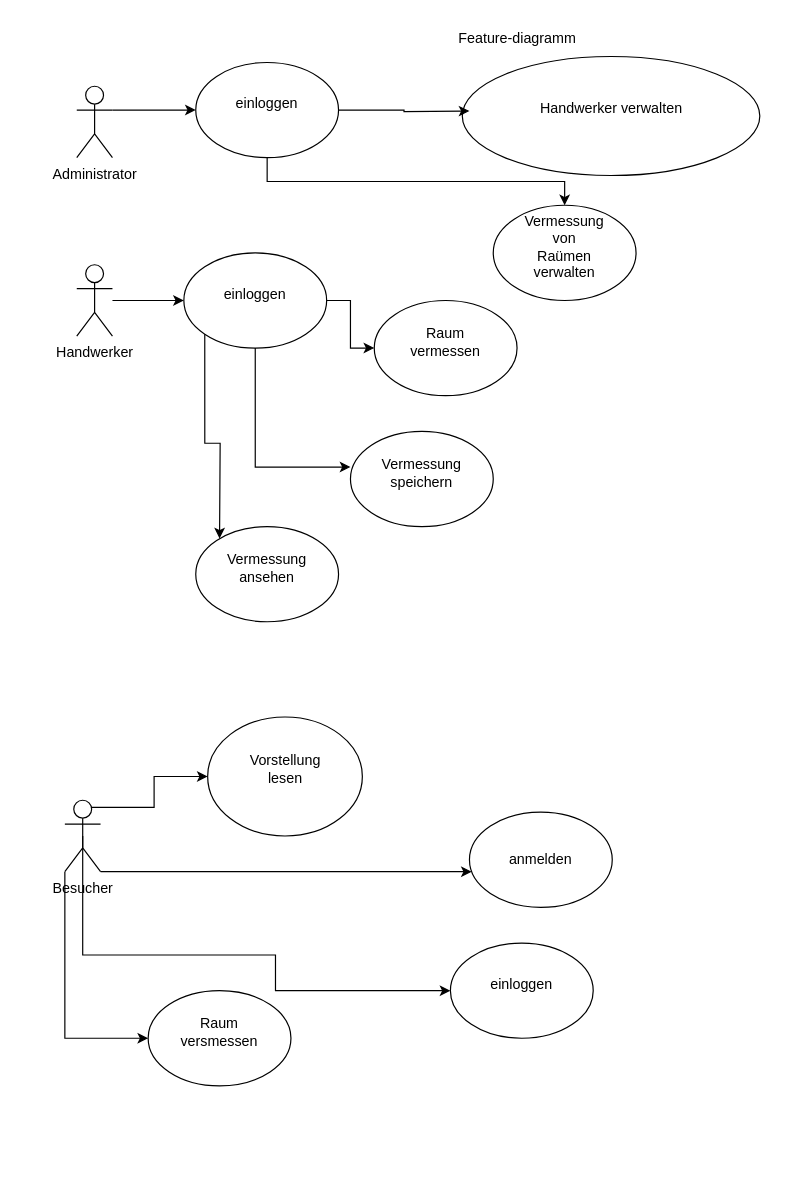
Earlier version of the draw.io diagram vermessung_raumen/Feature-diagramm.drawio (cyrisa02/diagrammes-UML). Source tidied: cells renumbered, new cells numbered last; positions are measured from the earlier drawing's top-left corner, leaving out a move shared by most shapes. Both pictures are drawn from the tidied source at 119%, with x=0, y=0 at pixel (64, 20).
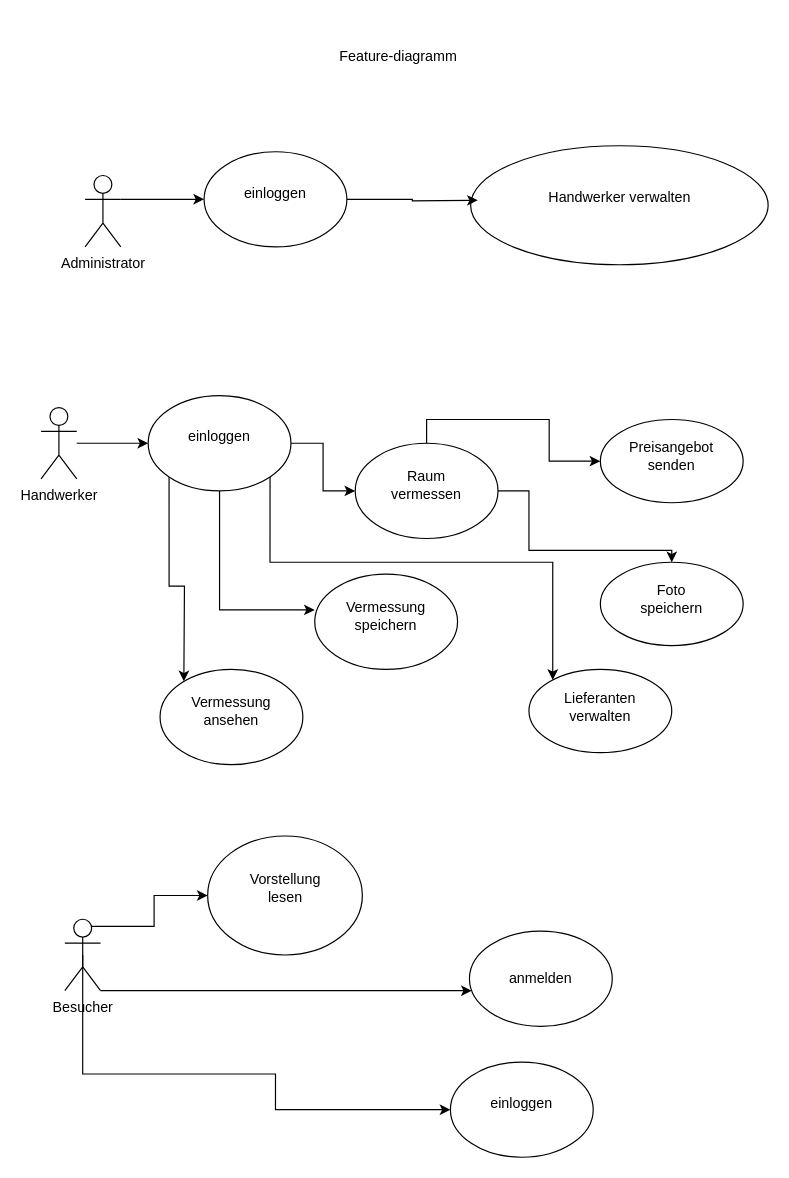
After the change.

Commit message:
Mettre à jour Feature-diagramm.drawio

Unchanged cells that the change refers to:
```xml
<mxCell id="4" style="ellipse;whiteSpace=wrap;html=1;" parent="3" vertex="1">
  <mxGeometry width="120" height="80" as="geometry" />
</mxCell>
<mxCell id="16" style="ellipse;whiteSpace=wrap;html=1;" parent="15" vertex="1">
  <mxGeometry width="120" height="80" as="geometry" />
</mxCell>
<mxCell id="27" style="ellipse;whiteSpace=wrap;html=1;" parent="26" vertex="1">
  <mxGeometry width="120" height="80" as="geometry" />
</mxCell>
<mxCell id="33" style="ellipse;whiteSpace=wrap;html=1;" parent="32" vertex="1">
  <mxGeometry width="120" height="80" as="geometry" />
</mxCell>
```

What changed in the source:
```diff
@@
     <mxCell id="2" value="Feature-diagramm" style="text;html=1;align=center;verticalAlign=middle;fillColor=none;strokeColor=none;rounded=0;" parent="1" vertex="1">
-      <mxGeometry x="320" width="120" height="30" as="geometry" />
+      <mxGeometry x="220" y="15" width="120" height="30" as="geometry" />
     </mxCell>
     <mxCell id="3" style="group;" parent="1" vertex="1">
-      <mxGeometry x="100" y="195" width="120" height="80" as="geometry" />
+      <mxGeometry x="70" y="315" width="120" height="80" as="geometry" />
     </mxCell>
@@
-    <mxCell id="6" style="edgeStyle=orthogonalEdgeStyle;rounded=0;jettySize=auto;html=1;exitX=0;exitY=1;exitDx=0;exitDy=0;exitPerimeter=0;" parent="1" edge="1" source="10" target="36">
-      <mxGeometry relative="1" as="geometry">
-        <Array as="points">
-          <mxPoint y="855" />
-        </Array>
-      </mxGeometry>
-    </mxCell>
@@
     <mxCell id="8" style="edgeStyle=orthogonalEdgeStyle;rounded=0;jettySize=auto;html=1;exitX=0.5;exitY=0.5;exitDx=0;exitDy=0;exitPerimeter=0;entryX=0;entryY=0.5;entryDx=0;entryDy=0;" parent="1" edge="1" source="10" target="33">
       <mxGeometry relative="1" as="geometry">
         <Array as="points">
-          <mxPoint x="15" y="785" />
-          <mxPoint x="177" y="785" />
-          <mxPoint x="177" y="815" />
+          <mxPoint x="15" y="885" />
+          <mxPoint x="177" y="885" />
+          <mxPoint x="177" y="915" />
         </Array>
       </mxGeometry>
     </mxCell>
     <mxCell id="9" style="edgeStyle=orthogonalEdgeStyle;rounded=0;jettySize=auto;html=1;" parent="1" edge="1" source="10" target="39">
       <mxGeometry relative="1" as="geometry">
         <Array as="points">
-          <mxPoint x="310" y="715" />
-          <mxPoint x="310" y="715" />
+          <mxPoint x="310" y="815" />
+          <mxPoint x="310" y="815" />
         </Array>
       </mxGeometry>
     </mxCell>
     <mxCell id="10" value="Besucher" style="shape=umlActor;verticalLabelPosition=bottom;verticalAlign=top;html=1;outlineConnect=0;" parent="1" vertex="1">
-      <mxGeometry y="655" width="30" height="60" as="geometry" />
+      <mxGeometry y="755" width="30" height="60" as="geometry" />
     </mxCell>
@@
     <mxCell id="12" value="Handwerker" style="shape=umlActor;verticalLabelPosition=bottom;verticalAlign=top;html=1;outlineConnect=0;" parent="1" vertex="1">
-      <mxGeometry x="10" y="205" width="30" height="60" as="geometry" />
+      <mxGeometry x="-20" y="325" width="30" height="60" as="geometry" />
     </mxCell>
@@
     <mxCell id="14" value="Administrator" style="shape=umlActor;verticalLabelPosition=bottom;verticalAlign=top;html=1;outlineConnect=0;" parent="1" vertex="1">
-      <mxGeometry x="10" y="55" width="30" height="60" as="geometry" />
+      <mxGeometry x="17" y="130" width="30" height="60" as="geometry" />
     </mxCell>
     <mxCell id="15" style="group;" parent="1" vertex="1">
-      <mxGeometry x="110" y="35" width="120" height="80" as="geometry" />
+      <mxGeometry x="117" y="110" width="120" height="80" as="geometry" />
     </mxCell>
@@
-    <mxCell id="18" style="group;" parent="1" vertex="1">
-      <mxGeometry x="360" y="155" width="120" height="80" as="geometry" />
-    </mxCell>
-    <mxCell id="19" style="ellipse;whiteSpace=wrap;html=1;" parent="18" vertex="1">
-      <mxGeometry width="120" height="80" as="geometry" />
-    </mxCell>
-    <mxCell id="20" value="Vermessung von Raümen verwalten" style="text;html=1;strokeColor=none;fillColor=none;align=center;verticalAlign=middle;whiteSpace=wrap;rounded=0;" parent="18" vertex="1">
-      <mxGeometry x="30" y="20" width="60" height="30" as="geometry" />
-    </mxCell>
     <mxCell id="21" style="group;" parent="1" vertex="1">
-      <mxGeometry x="334" y="30" width="250" height="100" as="geometry" />
+      <mxGeometry x="341" y="105" width="250" height="100" as="geometry" />
     </mxCell>
@@
     <mxCell id="24" style="edgeStyle=orthogonalEdgeStyle;rounded=0;jettySize=auto;html=1;exitX=1;exitY=0.5;exitDx=0;exitDy=0;" parent="1" edge="1" source="16">
       <mxGeometry relative="1" as="geometry">
-        <mxPoint x="340" y="75.8" as="targetPoint" />
+        <mxPoint x="347" y="150.8" as="targetPoint" />
       </mxGeometry>
     </mxCell>
-    <mxCell id="25" style="edgeStyle=orthogonalEdgeStyle;rounded=0;jettySize=auto;html=1;exitX=0.5;exitY=1;exitDx=0;exitDy=0;" parent="1" edge="1" source="16" target="19">
-      <mxGeometry relative="1" as="geometry" />
-    </mxCell>
     <mxCell id="26" style="group;" parent="1" vertex="1">
-      <mxGeometry x="260" y="235" width="120" height="80" as="geometry" />
+      <mxGeometry x="244" y="355" width="120" height="80" as="geometry" />
     </mxCell>
@@
     <mxCell id="29" style="group;" parent="1" vertex="1">
-      <mxGeometry x="120" y="585" width="130" height="100" as="geometry" />
+      <mxGeometry x="120" y="685" width="130" height="100" as="geometry" />
     </mxCell>
@@
     <mxCell id="32" style="group;" parent="1" vertex="1">
-      <mxGeometry x="324" y="775" width="120" height="80" as="geometry" />
+      <mxGeometry x="324" y="875" width="120" height="80" as="geometry" />
     </mxCell>
@@
-    <mxCell id="35" style="group;" parent="1" vertex="1">
-      <mxGeometry x="70" y="815" width="120" height="80" as="geometry" />
-    </mxCell>
-    <mxCell id="36" style="ellipse;whiteSpace=wrap;html=1;" parent="35" vertex="1">
-      <mxGeometry width="120" height="80" as="geometry" />
-    </mxCell>
-    <mxCell id="37" value="Raum versmessen" style="text;html=1;strokeColor=none;fillColor=none;align=center;verticalAlign=middle;whiteSpace=wrap;rounded=0;" parent="35" vertex="1">
-      <mxGeometry x="30" y="20" width="60" height="30" as="geometry" />
-    </mxCell>
@@
     <mxCell id="39" style="ellipse;whiteSpace=wrap;html=1;" parent="1" vertex="1">
-      <mxGeometry x="340" y="665" width="120" height="80" as="geometry" />
+      <mxGeometry x="340" y="765" width="120" height="80" as="geometry" />
     </mxCell>
     <mxCell id="40" value="anmelden" style="text;html=1;strokeColor=none;fillColor=none;align=center;verticalAlign=middle;whiteSpace=wrap;rounded=0;" parent="1" vertex="1">
-      <mxGeometry x="370" y="690" width="60" height="30" as="geometry" />
+      <mxGeometry x="370" y="790" width="60" height="30" as="geometry" />
     </mxCell>
     <mxCell id="41" style="group;" parent="1" vertex="1">
-      <mxGeometry x="240" y="345" width="120" height="80" as="geometry" />
+      <mxGeometry x="210" y="465" width="120" height="80" as="geometry" />
     </mxCell>
@@
     <mxCell id="45" style="group;" parent="1" vertex="1">
-      <mxGeometry x="110" y="425" width="120" height="80" as="geometry" />
+      <mxGeometry x="80" y="545" width="120" height="80" as="geometry" />
     </mxCell>
@@
     <mxCell id="48" style="edgeStyle=orthogonalEdgeStyle;rounded=0;jettySize=auto;html=1;exitX=0;exitY=1;exitDx=0;exitDy=0;" parent="1" edge="1" source="4">
       <mxGeometry relative="1" as="geometry">
-        <mxPoint x="130" y="435" as="targetPoint" />
+        <mxPoint x="100" y="555" as="targetPoint" />
       </mxGeometry>
     </mxCell>
+    <mxCell id="49" style="group;" parent="1" vertex="1">
+      <mxGeometry x="450" y="335" width="120" height="70" as="geometry" />
+    </mxCell>
+    <mxCell id="50" style="ellipse;whiteSpace=wrap;html=1;" parent="49" vertex="1">
+      <mxGeometry width="120" height="70" as="geometry" />
+    </mxCell>
+    <mxCell id="51" value="Preisangebot senden" style="text;html=1;strokeColor=none;fillColor=none;align=center;verticalAlign=middle;whiteSpace=wrap;rounded=0;" parent="49" vertex="1">
+      <mxGeometry x="30" y="17.5" width="60" height="26.2" as="geometry" />
+    </mxCell>
+    <mxCell id="52" style="group;" parent="1" vertex="1">
+      <mxGeometry x="450" y="455" width="120" height="70" as="geometry" />
+    </mxCell>
+    <mxCell id="53" style="ellipse;whiteSpace=wrap;html=1;" parent="52" vertex="1">
+      <mxGeometry width="120" height="70" as="geometry" />
+    </mxCell>
+    <mxCell id="54" value="Foto speichern" style="text;html=1;strokeColor=none;fillColor=none;align=center;verticalAlign=middle;whiteSpace=wrap;rounded=0;" parent="52" vertex="1">
+      <mxGeometry x="30" y="17.5" width="60" height="26.2" as="geometry" />
+    </mxCell>
+    <mxCell id="55" style="group;" parent="1" vertex="1">
+      <mxGeometry x="390" y="545" width="120" height="70" as="geometry" />
+    </mxCell>
+    <mxCell id="56" style="ellipse;whiteSpace=wrap;html=1;" parent="55" vertex="1">
+      <mxGeometry width="120" height="70" as="geometry" />
+    </mxCell>
+    <mxCell id="57" value="Lieferanten verwalten" style="text;html=1;strokeColor=none;fillColor=none;align=center;verticalAlign=middle;whiteSpace=wrap;rounded=0;" parent="55" vertex="1">
+      <mxGeometry x="30" y="20" width="60" height="23.8" as="geometry" />
+    </mxCell>
+    <mxCell id="58" style="edgeStyle=orthogonalEdgeStyle;rounded=0;jettySize=auto;html=1;exitX=1;exitY=0.5;exitDx=0;exitDy=0;" parent="1" edge="1" source="27" target="53">
+      <mxGeometry relative="1" as="geometry">
+        <Array as="points">
+          <mxPoint x="390" y="395" />
+          <mxPoint x="390" y="445" />
+          <mxPoint x="510" y="445" />
+        </Array>
+      </mxGeometry>
+    </mxCell>
+    <mxCell id="59" style="edgeStyle=orthogonalEdgeStyle;rounded=0;jettySize=auto;html=1;exitX=1;exitY=1;exitDx=0;exitDy=0;" parent="1" edge="1" source="4" target="56">
+      <mxGeometry relative="1" as="geometry">
+        <Array as="points">
+          <mxPoint x="172" y="455" />
+          <mxPoint x="410" y="455" />
+        </Array>
+      </mxGeometry>
+    </mxCell>
+    <mxCell id="60" style="edgeStyle=orthogonalEdgeStyle;rounded=0;jettySize=auto;html=1;exitX=0.5;exitY=0;exitDx=0;exitDy=0;" parent="1" edge="1" source="27" target="50">
+      <mxGeometry relative="1" as="geometry" />
+    </mxCell>
```
